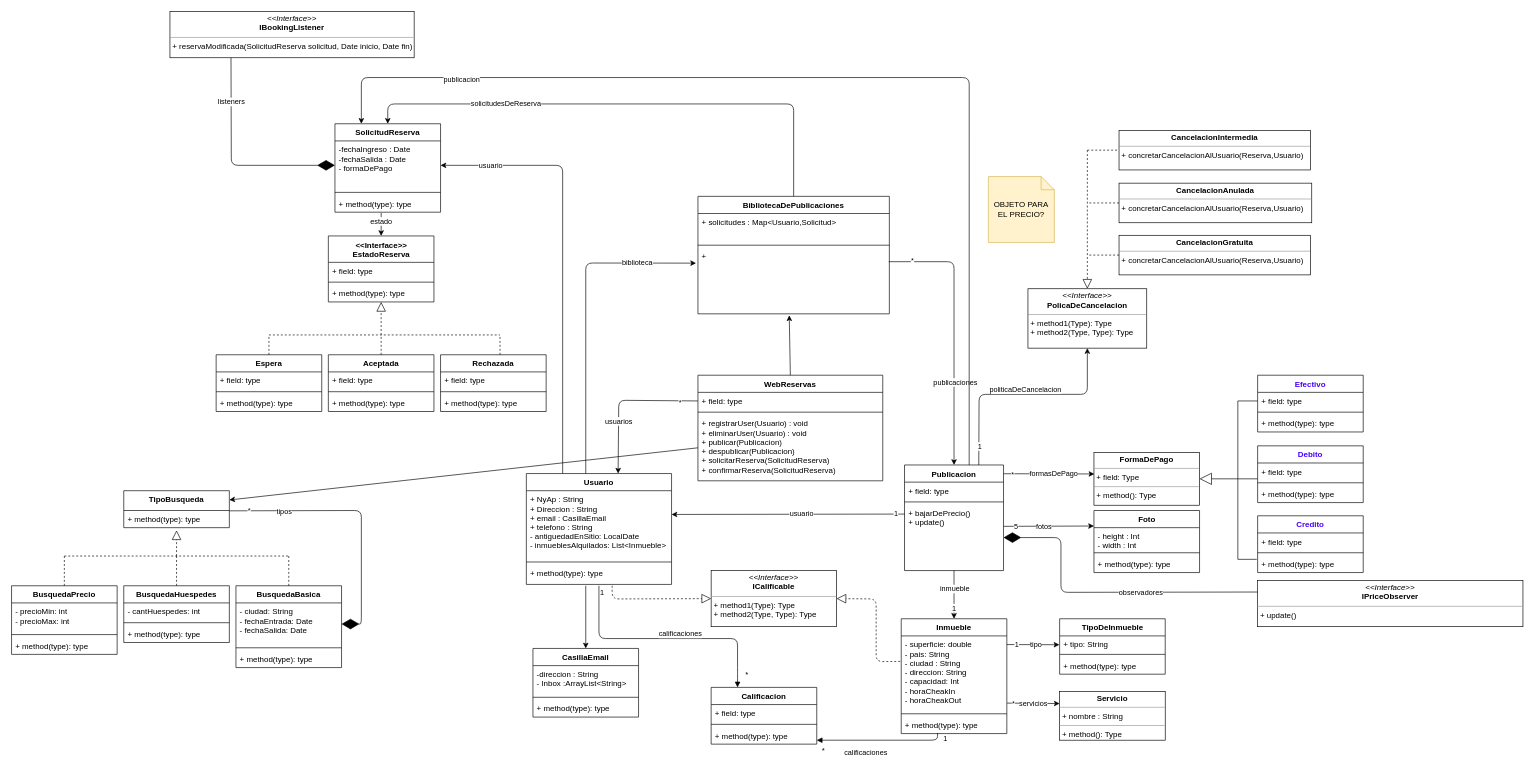
This is UMLv2.drawio from Nahuel-P/unqui-po2-alquileres-temporales, a draw.io file, before an edit. Source tidied: cells renumbered, new cells numbered last; positions are measured from the earlier drawing's top-left corner, leaving out a move shared by most shapes. Both pictures are drawn from the tidied source at 66%, with x=0, y=0 at pixel (11, 11).
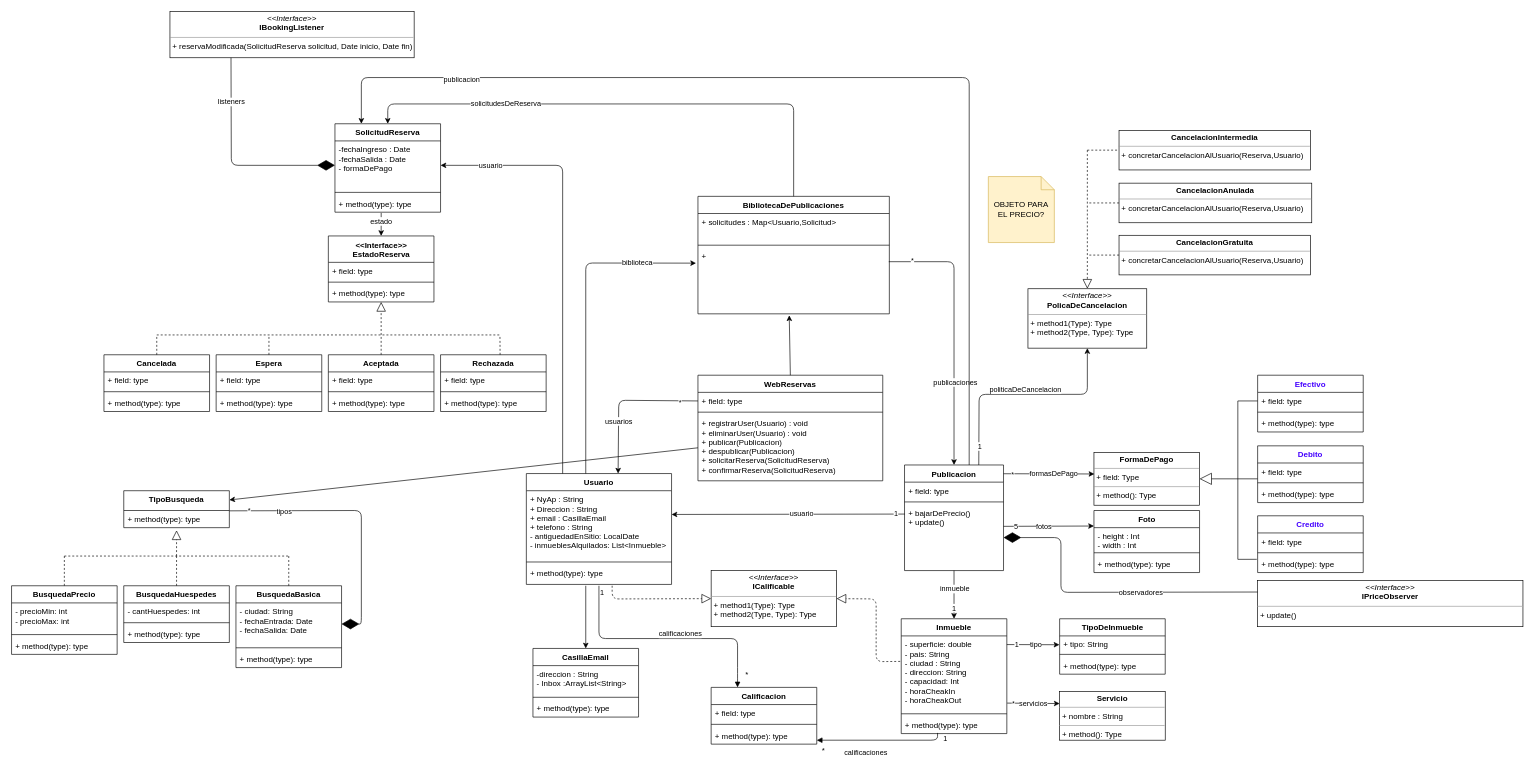
Above is the later version.

Commit message:
agrego nuevo estado de reserva

What changed in the source:
```diff
@@
     <mxCell id="93" style="endArrow=none;dashed=1;html=1;strokeColor=#000000;" parent="1" edge="1">
       <mxGeometry relative="1" as="geometry">
-        <mxPoint x="390" y="490" as="sourcePoint" />
+        <mxPoint x="220" y="490" as="sourcePoint" />
         <mxPoint x="740" y="490" as="targetPoint" />
       </mxGeometry>
     </mxCell>
@@
+    <mxCell id="167" value="Cancelada" style="swimlane;fontStyle=1;align=center;verticalAlign=top;horizontal=1;startSize=26;" parent="1" vertex="1">
+      <mxGeometry x="140" y="520" width="160" height="86" as="geometry" />
+    </mxCell>
+    <mxCell id="168" value="+ field: type" style="text;strokeColor=none;fillColor=none;align=left;verticalAlign=top;spacingLeft=4;spacingRight=4;overflow=hidden;" parent="167" vertex="1">
+      <mxGeometry y="26" width="160" height="26" as="geometry" />
+    </mxCell>
+    <mxCell id="169" style="line;strokeWidth=1;fillColor=none;align=left;verticalAlign=middle;spacingTop=-1;spacingLeft=3;spacingRight=3;labelPosition=right;" parent="167" vertex="1">
+      <mxGeometry y="52" width="160" height="8" as="geometry" />
+    </mxCell>
+    <mxCell id="170" value="+ method(type): type" style="text;strokeColor=none;fillColor=none;align=left;verticalAlign=top;spacingLeft=4;spacingRight=4;overflow=hidden;" parent="167" vertex="1">
+      <mxGeometry y="60" width="160" height="26" as="geometry" />
+    </mxCell>
+    <mxCell id="171" style="endArrow=none;dashed=1;html=1;strokeColor=#000000;exitX=0.5;exitY=0;exitDx=0;exitDy=0;" parent="1" edge="1" source="167">
+      <mxGeometry relative="1" as="geometry">
+        <mxPoint x="220" y="490" as="targetPoint" />
+      </mxGeometry>
+    </mxCell>
```
